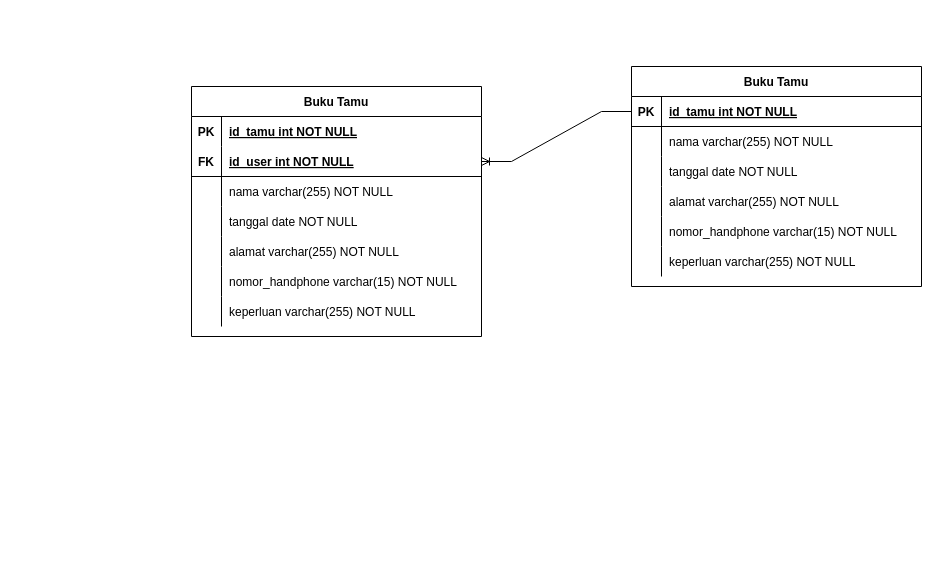
This is database/Database Schema.drawio from yafizh/Buku-Tamu, a draw.io file, before an edit. Source tidied: cells renumbered, new cells numbered last; positions are measured from the earlier drawing's top-left corner, leaving out a move shared by most shapes. Both pictures are drawn from the tidied source at 100%, with x=0, y=0 at pixel (191, 66).
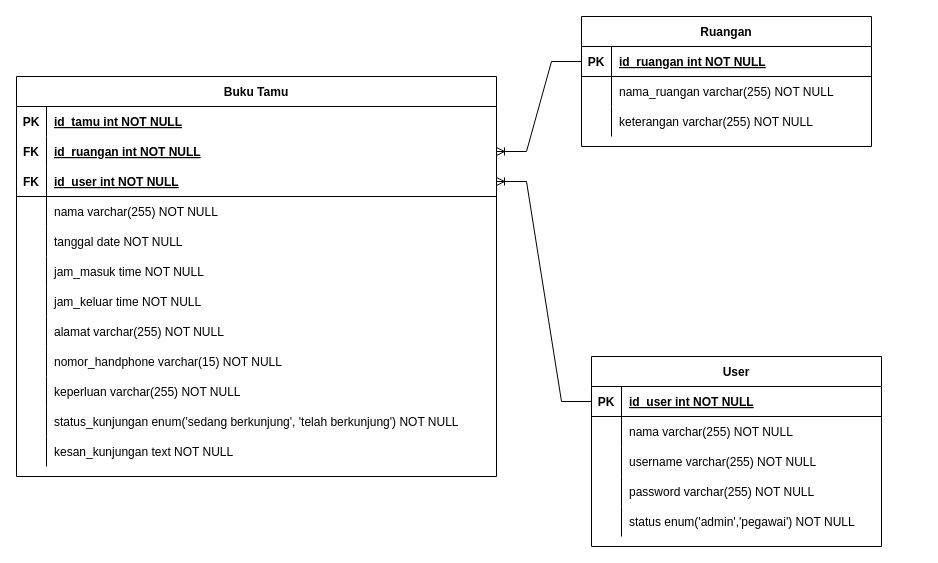
The same page after the edit.

Commit message:
renew database schema

The change refers to these unchanged cells:
```xml
<mxCell id="25" style="shape=partialRectangle;fillColor=none;points=[[0,0.5],[1,0.5]];portConstraint=eastwest;top=0;left=0;right=0;bottom=1;" parent="24" vertex="1">
  <mxGeometry y="30" width="290" height="30" as="geometry" />
</mxCell>
<mxCell id="31" style="shape=partialRectangle;fillColor=none;top=0;left=0;right=0;bottom=0;" parent="24" vertex="1">
  <mxGeometry y="90" width="290" height="30" as="geometry" />
</mxCell>
<mxCell id="34" style="shape=partialRectangle;fillColor=none;top=0;left=0;right=0;bottom=0;" parent="24" vertex="1">
  <mxGeometry y="120" width="290" height="30" as="geometry" />
</mxCell>
<mxCell id="37" style="shape=partialRectangle;fillColor=none;top=0;left=0;right=0;bottom=0;" parent="24" vertex="1">
  <mxGeometry y="150" width="290" height="30" as="geometry" />
</mxCell>
```

Change to the diagram source:
```diff
@@
     <mxCell id="2" value="Buku Tamu" style="shape=table;startSize=30;childLayout=tableLayout;rowLines=0;fontStyle=1;align=center;" parent="1" vertex="1">
-      <mxGeometry y="20" width="290" height="250" as="geometry" />
+      <mxGeometry x="-175" y="10" width="480" height="400" as="geometry" />
     </mxCell>
+    <mxCell id="44" style="shape=partialRectangle;fillColor=none;top=0;left=0;right=0;bottom=1;strokeColor=none;" parent="2" vertex="1">
+      <mxGeometry y="30" width="480" height="30" as="geometry" />
+    </mxCell>
+    <mxCell id="45" value="PK" style="shape=partialRectangle;overflow=hidden;fillColor=none;top=0;left=0;bottom=0;right=0;fontStyle=1;" parent="44" vertex="1">
+      <mxGeometry width="30" height="30" as="geometry" />
+    </mxCell>
+    <mxCell id="46" value="id_tamu int NOT NULL " style="shape=partialRectangle;overflow=hidden;fillColor=none;top=0;left=0;bottom=0;right=0;align=left;spacingLeft=6;fontStyle=5;" parent="44" vertex="1">
+      <mxGeometry x="30" width="450" height="30" as="geometry" />
+    </mxCell>
     <mxCell id="3" style="shape=partialRectangle;fillColor=none;points=[[0,0.5],[1,0.5]];portConstraint=eastwest;top=0;left=0;right=0;bottom=1;strokeColor=none;" parent="2" vertex="1">
-      <mxGeometry y="30" width="290" height="30" as="geometry" />
+      <mxGeometry y="60" width="480" height="30" as="geometry" />
     </mxCell>
-    <mxCell id="4" value="PK" style="shape=partialRectangle;overflow=hidden;fillColor=none;top=0;left=0;bottom=0;right=0;fontStyle=1;" parent="3" vertex="1">
+    <mxCell id="4" value="FK" style="shape=partialRectangle;overflow=hidden;fillColor=none;top=0;left=0;bottom=0;right=0;fontStyle=1;" parent="3" vertex="1">
       <mxGeometry width="30" height="30" as="geometry" />
     </mxCell>
-    <mxCell id="5" value="id_tamu int NOT NULL " style="shape=partialRectangle;overflow=hidden;fillColor=none;top=0;left=0;bottom=0;right=0;align=left;spacingLeft=6;fontStyle=5;" parent="3" vertex="1">
-      <mxGeometry x="30" width="260" height="30" as="geometry" />
+    <mxCell id="5" value="id_ruangan int NOT NULL " style="shape=partialRectangle;overflow=hidden;fillColor=none;top=0;left=0;bottom=0;right=0;align=left;spacingLeft=6;fontStyle=5;" parent="3" vertex="1">
+      <mxGeometry x="30" width="450" height="30" as="geometry" />
     </mxCell>
     <mxCell id="6" style="shape=partialRectangle;fillColor=none;points=[[0,0.5],[1,0.5]];portConstraint=eastwest;top=0;left=0;right=0;bottom=1;" parent="2" vertex="1">
-      <mxGeometry y="60" width="290" height="30" as="geometry" />
+      <mxGeometry y="90" width="480" height="30" as="geometry" />
     </mxCell>
@@
     <mxCell id="8" value="id_user int NOT NULL " style="shape=partialRectangle;overflow=hidden;fillColor=none;top=0;left=0;bottom=0;right=0;align=left;spacingLeft=6;fontStyle=5;" parent="6" vertex="1">
-      <mxGeometry x="30" width="260" height="30" as="geometry" />
+      <mxGeometry x="30" width="450" height="30" as="geometry" />
     </mxCell>
     <mxCell id="9" style="shape=partialRectangle;fillColor=none;top=0;left=0;right=0;bottom=0;" parent="2" vertex="1">
-      <mxGeometry y="90" width="290" height="30" as="geometry" />
+      <mxGeometry y="120" width="480" height="30" as="geometry" />
     </mxCell>
@@
     <mxCell id="11" value="nama varchar(255) NOT NULL" style="shape=partialRectangle;overflow=hidden;fillColor=none;top=0;left=0;bottom=0;right=0;align=left;spacingLeft=6;" parent="9" vertex="1">
-      <mxGeometry x="30" width="260" height="30" as="geometry" />
+      <mxGeometry x="30" width="450" height="30" as="geometry" />
     </mxCell>
     <mxCell id="12" style="shape=partialRectangle;fillColor=none;top=0;left=0;right=0;bottom=0;" parent="2" vertex="1">
-      <mxGeometry y="120" width="290" height="30" as="geometry" />
+      <mxGeometry y="150" width="480" height="30" as="geometry" />
     </mxCell>
@@
     <mxCell id="14" value="tanggal date NOT NULL" style="shape=partialRectangle;overflow=hidden;fillColor=none;top=0;left=0;bottom=0;right=0;align=left;spacingLeft=6;" parent="12" vertex="1">
-      <mxGeometry x="30" width="260" height="30" as="geometry" />
+      <mxGeometry x="30" width="450" height="30" as="geometry" />
     </mxCell>
+    <mxCell id="47" style="shape=partialRectangle;fillColor=none;top=0;left=0;right=0;bottom=0;" parent="2" vertex="1">
+      <mxGeometry y="180" width="480" height="30" as="geometry" />
+    </mxCell>
+    <mxCell id="48" style="shape=partialRectangle;overflow=hidden;fillColor=none;top=0;left=0;bottom=0;right=0;" parent="47" vertex="1">
+      <mxGeometry width="30" height="30" as="geometry" />
+    </mxCell>
+    <mxCell id="49" value="jam_masuk time NOT NULL" style="shape=partialRectangle;overflow=hidden;fillColor=none;top=0;left=0;bottom=0;right=0;align=left;spacingLeft=6;" parent="47" vertex="1">
+      <mxGeometry x="30" width="450" height="30" as="geometry" />
+    </mxCell>
+    <mxCell id="50" style="shape=partialRectangle;fillColor=none;top=0;left=0;right=0;bottom=0;" parent="2" vertex="1">
+      <mxGeometry y="210" width="480" height="30" as="geometry" />
+    </mxCell>
+    <mxCell id="51" style="shape=partialRectangle;overflow=hidden;fillColor=none;top=0;left=0;bottom=0;right=0;" parent="50" vertex="1">
+      <mxGeometry width="30" height="30" as="geometry" />
+    </mxCell>
+    <mxCell id="52" value="jam_keluar time NOT NULL" style="shape=partialRectangle;overflow=hidden;fillColor=none;top=0;left=0;bottom=0;right=0;align=left;spacingLeft=6;" parent="50" vertex="1">
+      <mxGeometry x="30" width="450" height="30" as="geometry" />
+    </mxCell>
     <mxCell id="15" style="shape=partialRectangle;fillColor=none;top=0;left=0;right=0;bottom=0;" parent="2" vertex="1">
-      <mxGeometry y="150" width="290" height="30" as="geometry" />
+      <mxGeometry y="240" width="480" height="30" as="geometry" />
     </mxCell>
@@
     <mxCell id="17" value="alamat varchar(255) NOT NULL" style="shape=partialRectangle;overflow=hidden;fillColor=none;top=0;left=0;bottom=0;right=0;align=left;spacingLeft=6;" parent="15" vertex="1">
-      <mxGeometry x="30" width="260" height="30" as="geometry" />
+      <mxGeometry x="30" width="450" height="30" as="geometry" />
     </mxCell>
     <mxCell id="18" style="shape=partialRectangle;fillColor=none;top=0;left=0;right=0;bottom=0;" parent="2" vertex="1">
-      <mxGeometry y="180" width="290" height="30" as="geometry" />
+      <mxGeometry y="270" width="480" height="30" as="geometry" />
     </mxCell>
@@
     <mxCell id="20" value="nomor_handphone varchar(15) NOT NULL" style="shape=partialRectangle;overflow=hidden;fillColor=none;top=0;left=0;bottom=0;right=0;align=left;spacingLeft=6;" parent="18" vertex="1">
-      <mxGeometry x="30" width="260" height="30" as="geometry" />
+      <mxGeometry x="30" width="450" height="30" as="geometry" />
     </mxCell>
     <mxCell id="21" style="shape=partialRectangle;fillColor=none;top=0;left=0;right=0;bottom=0;" parent="2" vertex="1">
-      <mxGeometry y="210" width="290" height="30" as="geometry" />
+      <mxGeometry y="300" width="480" height="30" as="geometry" />
     </mxCell>
@@
     <mxCell id="23" value="keperluan varchar(255) NOT NULL" style="shape=partialRectangle;overflow=hidden;fillColor=none;top=0;left=0;bottom=0;right=0;align=left;spacingLeft=6;" parent="21" vertex="1">
-      <mxGeometry x="30" width="260" height="30" as="geometry" />
+      <mxGeometry x="30" width="450" height="30" as="geometry" />
     </mxCell>
+    <mxCell id="53" style="shape=partialRectangle;fillColor=none;top=0;left=0;right=0;bottom=0;" parent="2" vertex="1">
+      <mxGeometry y="330" width="480" height="30" as="geometry" />
+    </mxCell>
+    <mxCell id="54" style="shape=partialRectangle;overflow=hidden;fillColor=none;top=0;left=0;bottom=0;right=0;" parent="53" vertex="1">
+      <mxGeometry width="30" height="30" as="geometry" />
+    </mxCell>
+    <mxCell id="55" value="status_kunjungan enum('sedang berkunjung', 'telah berkunjung') NOT NULL" style="shape=partialRectangle;overflow=hidden;fillColor=none;top=0;left=0;bottom=0;right=0;align=left;spacingLeft=6;" parent="53" vertex="1">
+      <mxGeometry x="30" width="450" height="30" as="geometry" />
+    </mxCell>
+    <mxCell id="56" style="shape=partialRectangle;fillColor=none;top=0;left=0;right=0;bottom=0;" parent="2" vertex="1">
+      <mxGeometry y="360" width="480" height="30" as="geometry" />
+    </mxCell>
+    <mxCell id="57" style="shape=partialRectangle;overflow=hidden;fillColor=none;top=0;left=0;bottom=0;right=0;" parent="56" vertex="1">
+      <mxGeometry width="30" height="30" as="geometry" />
+    </mxCell>
+    <mxCell id="58" value="kesan_kunjungan text NOT NULL" style="shape=partialRectangle;overflow=hidden;fillColor=none;top=0;left=0;bottom=0;right=0;align=left;spacingLeft=6;" parent="56" vertex="1">
+      <mxGeometry x="30" width="450" height="30" as="geometry" />
+    </mxCell>
-    <mxCell id="24" value="Buku Tamu" style="shape=table;startSize=30;childLayout=tableLayout;rowLines=0;fontStyle=1;align=center;" parent="1" vertex="1">
-      <mxGeometry x="440" width="290" height="220" as="geometry" />
+    <mxCell id="24" value="User" style="shape=table;startSize=30;childLayout=tableLayout;rowLines=0;fontStyle=1;align=center;" parent="1" vertex="1">
+      <mxGeometry x="400" y="290" width="290" height="190" as="geometry" />
     </mxCell>
@@
-    <mxCell id="27" value="id_tamu int NOT NULL " style="shape=partialRectangle;overflow=hidden;fillColor=none;top=0;left=0;bottom=0;right=0;align=left;spacingLeft=6;fontStyle=5;" parent="25" vertex="1">
+    <mxCell id="27" value="id_user int NOT NULL " style="shape=partialRectangle;overflow=hidden;fillColor=none;top=0;left=0;bottom=0;right=0;align=left;spacingLeft=6;fontStyle=5;" parent="25" vertex="1">
       <mxGeometry x="30" width="260" height="30" as="geometry" />
     </mxCell>
@@
-    <mxCell id="33" value="tanggal date NOT NULL" style="shape=partialRectangle;overflow=hidden;fillColor=none;top=0;left=0;bottom=0;right=0;align=left;spacingLeft=6;" parent="31" vertex="1">
+    <mxCell id="33" value="username varchar(255) NOT NULL" style="shape=partialRectangle;overflow=hidden;fillColor=none;top=0;left=0;bottom=0;right=0;align=left;spacingLeft=6;" parent="31" vertex="1">
       <mxGeometry x="30" width="260" height="30" as="geometry" />
     </mxCell>
@@
-    <mxCell id="36" value="alamat varchar(255) NOT NULL" style="shape=partialRectangle;overflow=hidden;fillColor=none;top=0;left=0;bottom=0;right=0;align=left;spacingLeft=6;" parent="34" vertex="1">
+    <mxCell id="36" value="password varchar(255) NOT NULL" style="shape=partialRectangle;overflow=hidden;fillColor=none;top=0;left=0;bottom=0;right=0;align=left;spacingLeft=6;" parent="34" vertex="1">
       <mxGeometry x="30" width="260" height="30" as="geometry" />
     </mxCell>
@@
-    <mxCell id="39" value="nomor_handphone varchar(15) NOT NULL" style="shape=partialRectangle;overflow=hidden;fillColor=none;top=0;left=0;bottom=0;right=0;align=left;spacingLeft=6;" parent="37" vertex="1">
+    <mxCell id="39" value="status enum('admin','pegawai') NOT NULL" style="shape=partialRectangle;overflow=hidden;fillColor=none;top=0;left=0;bottom=0;right=0;align=left;spacingLeft=6;" parent="37" vertex="1">
       <mxGeometry x="30" width="260" height="30" as="geometry" />
     </mxCell>
-    <mxCell id="40" style="shape=partialRectangle;fillColor=none;top=0;left=0;right=0;bottom=0;" parent="24" vertex="1">
-      <mxGeometry y="180" width="290" height="30" as="geometry" />
-    </mxCell>
-    <mxCell id="41" style="shape=partialRectangle;overflow=hidden;fillColor=none;top=0;left=0;bottom=0;right=0;" parent="40" vertex="1">
-      <mxGeometry width="30" height="30" as="geometry" />
-    </mxCell>
-    <mxCell id="42" value="keperluan varchar(255) NOT NULL" style="shape=partialRectangle;overflow=hidden;fillColor=none;top=0;left=0;bottom=0;right=0;align=left;spacingLeft=6;" parent="40" vertex="1">
-      <mxGeometry x="30" width="260" height="30" as="geometry" />
-    </mxCell>
@@
+    <mxCell id="59" value="Ruangan" style="shape=table;startSize=30;childLayout=tableLayout;rowLines=0;fontStyle=1;align=center;" parent="1" vertex="1">
+      <mxGeometry x="390" y="-50" width="290" height="130" as="geometry" />
+    </mxCell>
+    <mxCell id="60" style="shape=partialRectangle;fillColor=none;points=[[0,0.5],[1,0.5]];portConstraint=eastwest;top=0;left=0;right=0;bottom=1;" parent="59" vertex="1">
+      <mxGeometry y="30" width="290" height="30" as="geometry" />
+    </mxCell>
+    <mxCell id="61" value="PK" style="shape=partialRectangle;overflow=hidden;fillColor=none;top=0;left=0;bottom=0;right=0;fontStyle=1;" parent="60" vertex="1">
+      <mxGeometry width="30" height="30" as="geometry" />
+    </mxCell>
+    <mxCell id="62" value="id_ruangan int NOT NULL " style="shape=partialRectangle;overflow=hidden;fillColor=none;top=0;left=0;bottom=0;right=0;align=left;spacingLeft=6;fontStyle=5;" parent="60" vertex="1">
+      <mxGeometry x="30" width="260" height="30" as="geometry" />
+    </mxCell>
+    <mxCell id="63" style="shape=partialRectangle;fillColor=none;top=0;left=0;right=0;bottom=0;" parent="59" vertex="1">
+      <mxGeometry y="60" width="290" height="30" as="geometry" />
+    </mxCell>
+    <mxCell id="64" style="shape=partialRectangle;overflow=hidden;fillColor=none;top=0;left=0;bottom=0;right=0;" parent="63" vertex="1">
+      <mxGeometry width="30" height="30" as="geometry" />
+    </mxCell>
+    <mxCell id="65" value="nama_ruangan varchar(255) NOT NULL" style="shape=partialRectangle;overflow=hidden;fillColor=none;top=0;left=0;bottom=0;right=0;align=left;spacingLeft=6;" parent="63" vertex="1">
+      <mxGeometry x="30" width="260" height="30" as="geometry" />
+    </mxCell>
+    <mxCell id="66" style="shape=partialRectangle;fillColor=none;top=0;left=0;right=0;bottom=0;" parent="59" vertex="1">
+      <mxGeometry y="90" width="290" height="30" as="geometry" />
+    </mxCell>
+    <mxCell id="67" style="shape=partialRectangle;overflow=hidden;fillColor=none;top=0;left=0;bottom=0;right=0;" parent="66" vertex="1">
+      <mxGeometry width="30" height="30" as="geometry" />
+    </mxCell>
+    <mxCell id="68" value="keterangan varchar(255) NOT NULL" style="shape=partialRectangle;overflow=hidden;fillColor=none;top=0;left=0;bottom=0;right=0;align=left;spacingLeft=6;" parent="66" vertex="1">
+      <mxGeometry x="30" width="260" height="30" as="geometry" />
+    </mxCell>
+    <mxCell id="69" style="edgeStyle=entityRelationEdgeStyle;fontSize=12;html=1;endArrow=ERoneToMany;rounded=0;exitX=0;exitY=0.5;exitDx=0;exitDy=0;entryX=1;entryY=0.5;entryDx=0;entryDy=0;" parent="1" edge="1" source="60" target="3">
+      <mxGeometry relative="1" as="geometry" />
+    </mxCell>
```
